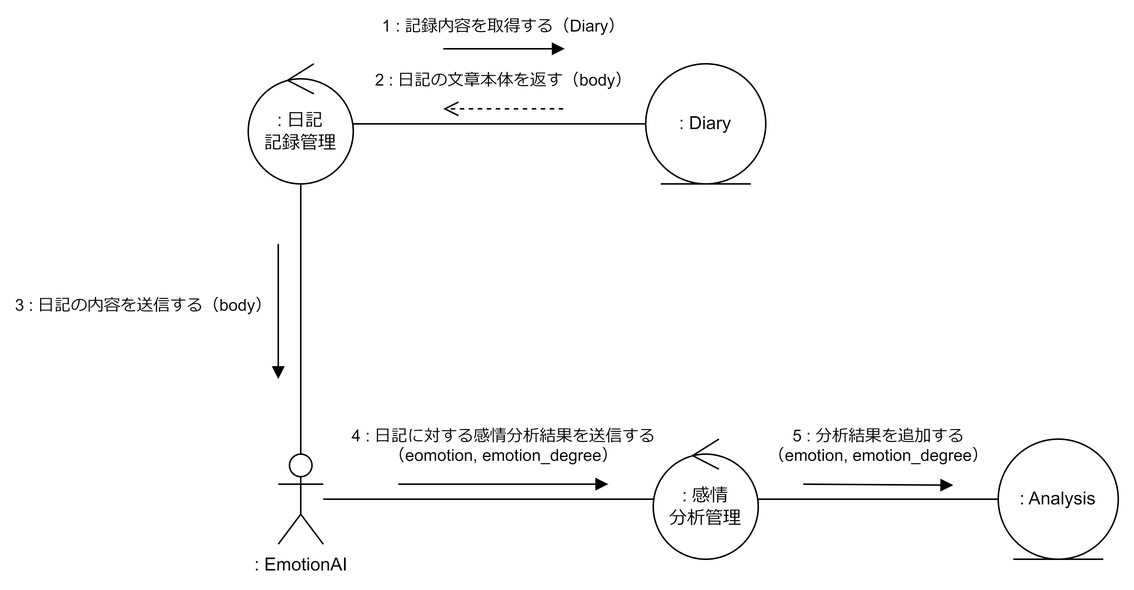
This is spec/figure_communication/export/#011_communication.png from ut42univ/EmoDialog, a draw.io export, as it was before one commit. Source tidied: cells renumbered, new cells last; positions are measured from the earlier drawing's top-left corner, leaving out a move shared by most shapes. The source it was exported from:
```xml
<mxGraphModel background="#ffffff">
  <root>
    <mxCell id="0" />
    <mxCell id="1" parent="0" />
    <mxCell id="2" style="edgeStyle=none;html=1;rounded=0;endArrow=none;endFill=0;" parent="1" edge="1" source="3" target="13">
      <mxGeometry relative="1" as="geometry" />
    </mxCell>
    <mxCell id="3" value=": EmotionAI" style="shape=umlActor;verticalLabelPosition=bottom;verticalAlign=top;html=1;" parent="1" vertex="1">
      <mxGeometry x="20" y="270" width="30" height="60" as="geometry" />
    </mxCell>
    <mxCell id="4" style="edgeStyle=none;html=1;rounded=0;endArrow=none;endFill=0;" parent="1" edge="1" source="6" target="7">
      <mxGeometry relative="1" as="geometry" />
    </mxCell>
    <mxCell id="5" style="edgeStyle=none;rounded=0;html=1;entryX=0.5;entryY=0;entryDx=0;entryDy=0;entryPerimeter=0;endArrow=none;endFill=0;" parent="1" edge="1" source="6" target="3">
      <mxGeometry relative="1" as="geometry" />
    </mxCell>
    <mxCell id="6" value=": 日記&lt;br&gt;記録管理" style="ellipse;shape=umlControl;whiteSpace=wrap;html=1;" parent="1" vertex="1">
      <mxGeometry y="10" width="70" height="80" as="geometry" />
    </mxCell>
    <mxCell id="7" value=": Diary" style="ellipse;shape=umlEntity;whiteSpace=wrap;html=1;" parent="1" vertex="1">
      <mxGeometry x="265" y="10" width="80" height="80" as="geometry" />
    </mxCell>
    <mxCell id="8" value="1 : 記録内容を取得する（Diary）" style="html=1;verticalAlign=bottom;endArrow=block;rounded=0;" parent="1" edge="1">
      <mxGeometry x="-0.01" y="6" relative="1" as="geometry">
        <mxPoint x="130" as="sourcePoint" />
        <mxPoint x="211" as="targetPoint" />
      </mxGeometry>
    </mxCell>
    <mxCell id="9" value="2 : 日記の文章本体を返す（body）" style="html=1;verticalAlign=bottom;endArrow=open;dashed=1;endSize=8;rounded=0;" parent="1" edge="1">
      <mxGeometry y="-10" relative="1" as="geometry">
        <mxPoint x="210" y="40" as="sourcePoint" />
        <mxPoint x="130" y="40" as="targetPoint" />
      </mxGeometry>
    </mxCell>
    <mxCell id="10" value="3 : 日記の内容を送信する（body）" style="html=1;verticalAlign=bottom;endArrow=block;rounded=0;" parent="1" edge="1">
      <mxGeometry x="0.11" y="-90" relative="1" as="geometry">
        <mxPoint x="20" y="130" as="sourcePoint" />
        <mxPoint x="20" y="220" as="targetPoint" />
      </mxGeometry>
    </mxCell>
    <mxCell id="11" value="4 : 日記に対する感情分析結果を送信する&lt;br&gt;（eomotion, emotion_degree）" style="html=1;verticalAlign=bottom;endArrow=block;rounded=0;" parent="1" edge="1">
      <mxGeometry y="10" relative="1" as="geometry">
        <mxPoint x="100" y="290" as="sourcePoint" />
        <mxPoint x="240" y="290" as="targetPoint" />
      </mxGeometry>
    </mxCell>
    <mxCell id="12" style="edgeStyle=none;rounded=0;html=1;entryX=0;entryY=0.5;entryDx=0;entryDy=0;endArrow=none;endFill=0;" parent="1" edge="1" source="13" target="14">
      <mxGeometry relative="1" as="geometry" />
    </mxCell>
    <mxCell id="13" value=": 感情&lt;br&gt;分析管理" style="ellipse;shape=umlControl;whiteSpace=wrap;html=1;" parent="1" vertex="1">
      <mxGeometry x="270" y="260" width="70" height="80" as="geometry" />
    </mxCell>
    <mxCell id="14" value=": Analysis" style="ellipse;shape=umlEntity;whiteSpace=wrap;html=1;" parent="1" vertex="1">
      <mxGeometry x="500" y="260" width="80" height="80" as="geometry" />
    </mxCell>
    <mxCell id="15" value="5 : 分析結果を追加する&lt;br&gt;（emotion, emotion_degree）" style="html=1;verticalAlign=bottom;endArrow=block;rounded=0;" parent="1" edge="1">
      <mxGeometry y="10" relative="1" as="geometry">
        <mxPoint x="370" y="290" as="sourcePoint" />
        <mxPoint x="470" y="290.7" as="targetPoint" />
      </mxGeometry>
    </mxCell>
  </root>
</mxGraphModel>
```
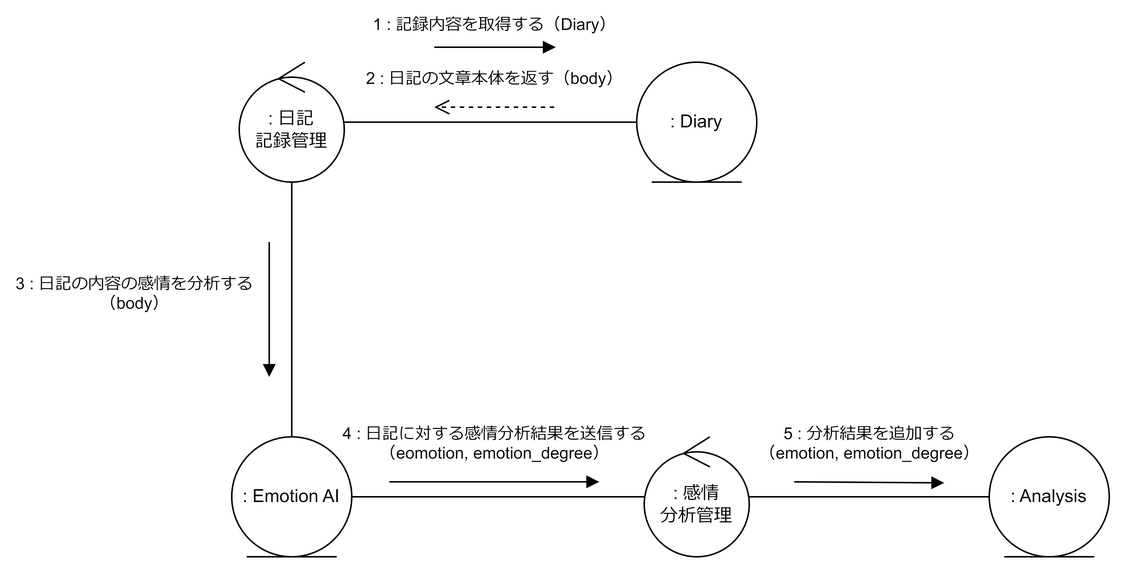
The same file after the commit.

Change to the diagram source:
```diff
@@ -2,16 +2,13 @@
   <root>
     <mxCell id="0" />
     <mxCell id="1" parent="0" />
-    <mxCell id="2" style="edgeStyle=none;html=1;rounded=0;endArrow=none;endFill=0;" parent="1" edge="1" source="3" target="13">
+    <mxCell id="2" style="edgeStyle=none;html=1;rounded=0;endArrow=none;endFill=0;exitX=1;exitY=0.5;exitDx=0;exitDy=0;" parent="1" edge="1" source="16" target="13">
       <mxGeometry relative="1" as="geometry" />
     </mxCell>
-    <mxCell id="3" value=": EmotionAI" style="shape=umlActor;verticalLabelPosition=bottom;verticalAlign=top;html=1;" parent="1" vertex="1">
-      <mxGeometry x="20" y="270" width="30" height="60" as="geometry" />
-    </mxCell>
     <mxCell id="4" style="edgeStyle=none;html=1;rounded=0;endArrow=none;endFill=0;" parent="1" edge="1" source="6" target="7">
       <mxGeometry relative="1" as="geometry" />
     </mxCell>
-    <mxCell id="5" style="edgeStyle=none;rounded=0;html=1;entryX=0.5;entryY=0;entryDx=0;entryDy=0;entryPerimeter=0;endArrow=none;endFill=0;" parent="1" edge="1" source="6" target="3">
+    <mxCell id="5" style="edgeStyle=none;rounded=0;html=1;entryX=0.5;entryY=0;entryDx=0;entryDy=0;endArrow=none;endFill=0;" parent="1" edge="1" source="6" target="16">
       <mxGeometry relative="1" as="geometry" />
     </mxCell>
     <mxCell id="6" value=": 日記&lt;br&gt;記録管理" style="ellipse;shape=umlControl;whiteSpace=wrap;html=1;" parent="1" vertex="1">
@@ -32,7 +29,7 @@
         <mxPoint x="130" y="40" as="targetPoint" />
       </mxGeometry>
     </mxCell>
-    <mxCell id="10" value="3 : 日記の内容を送信する（body）" style="html=1;verticalAlign=bottom;endArrow=block;rounded=0;" parent="1" edge="1">
+    <mxCell id="10" value="3 : 日記の内容の感情を分析する&lt;br&gt;（body）" style="html=1;verticalAlign=bottom;endArrow=block;rounded=0;" parent="1" edge="1">
       <mxGeometry x="0.11" y="-90" relative="1" as="geometry">
         <mxPoint x="20" y="130" as="sourcePoint" />
         <mxPoint x="20" y="220" as="targetPoint" />
@@ -59,5 +56,8 @@
         <mxPoint x="470" y="290.7" as="targetPoint" />
       </mxGeometry>
     </mxCell>
+    <mxCell id="16" value=": Emotion AI" style="ellipse;shape=umlEntity;whiteSpace=wrap;html=1;" parent="1" vertex="1">
+      <mxGeometry x="-5" y="260" width="80" height="80" as="geometry" />
+    </mxCell>
   </root>
 </mxGraphModel>
```
